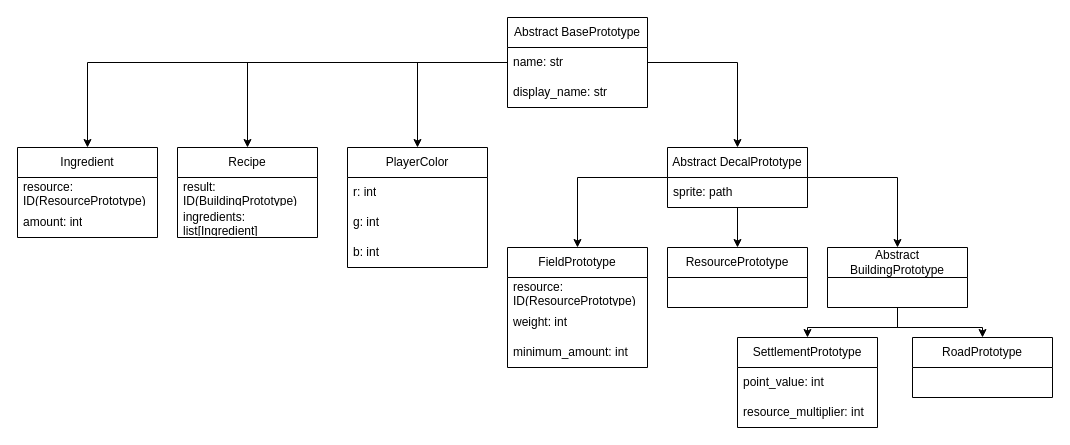
Before: drawio/PrototypeDiagram.drawio in Zancmok/WebHeroes, a draw.io diagram. Source tidied: cells renumbered, new cells numbered last; positions are measured from the earlier drawing's top-left corner, leaving out a move shared by most shapes. Both pictures are drawn from the tidied source at 100%, with x=0, y=0 at pixel (17, 17).
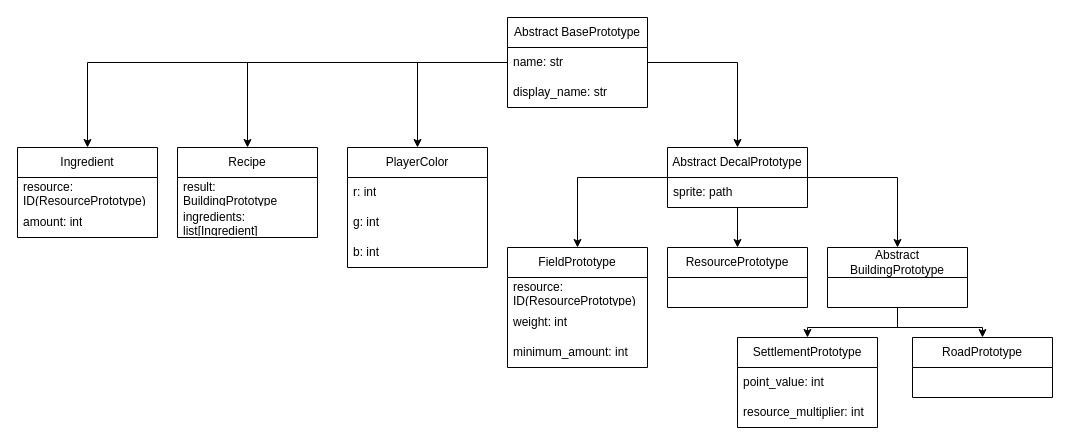
After the change.

The change refers to these unchanged cells:
```xml
<mxCell id="30" value="Recipe" style="swimlane;fontStyle=0;horizontal=1;startSize=30;whiteSpace=wrap;html=1;" parent="1" vertex="1">
  <mxGeometry x="160" y="130" width="140" height="90" as="geometry" />
</mxCell>
```

Change to the diagram source:
```diff
@@
-    <mxCell id="31" value="result: ID(BuildingPrototype)" style="text;strokeColor=none;fillColor=none;align=left;verticalAlign=middle;spacingLeft=4;spacingRight=4;overflow=hidden;whiteSpace=wrap;html=1;" parent="30" vertex="1">
+    <mxCell id="31" value="result: BuildingPrototype" style="text;strokeColor=none;fillColor=none;align=left;verticalAlign=middle;spacingLeft=4;spacingRight=4;overflow=hidden;whiteSpace=wrap;html=1;" parent="30" vertex="1">
       <mxGeometry y="30" width="140" height="30" as="geometry" />
     </mxCell>
```
